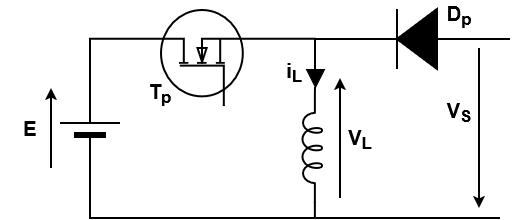
The draw.io diagram Cours/Images/Buck_Boost.png in alexismartin46/Cours_Electronique_de_Puissance_FISE2, before a commit. Source tidied: cells renumbered, new cells last; positions are measured from the earlier drawing's top-left corner, leaving out a move shared by most shapes. The source it was exported from:
```xml
<mxGraphModel>
  <root>
    <mxCell id="0" />
    <mxCell id="1" parent="0" />
    <mxCell id="2" style="endArrow=none;html=1;rounded=0;strokeWidth=2;" parent="1" edge="1">
      <mxGeometry relative="1" as="geometry">
        <mxPoint x="316" y="218" as="sourcePoint" />
        <mxPoint x="500" y="218" as="targetPoint" />
      </mxGeometry>
    </mxCell>
    <mxCell id="3" value="&lt;b&gt;V&lt;sub&gt;S&lt;/sub&gt;&lt;/b&gt;" style="text;html=1;whiteSpace=wrap;strokeColor=none;fillColor=none;align=center;verticalAlign=middle;rounded=0;fontSize=20;" parent="1" vertex="1">
      <mxGeometry x="429" y="97" width="60" height="30" as="geometry" />
    </mxCell>
    <mxCell id="4" style="endArrow=classic;html=1;rounded=0;strokeWidth=2;" parent="1" edge="1">
      <mxGeometry relative="1" as="geometry">
        <mxPoint x="479" y="48" as="sourcePoint" />
        <mxPoint x="479" y="208" as="targetPoint" />
      </mxGeometry>
    </mxCell>
    <mxCell id="5" value="&lt;b&gt;V&lt;sub&gt;L&lt;/sub&gt;&lt;/b&gt;" style="text;html=1;whiteSpace=wrap;strokeColor=none;fillColor=none;align=center;verticalAlign=middle;rounded=0;fontSize=20;" parent="1" vertex="1">
      <mxGeometry x="330" y="124" width="60" height="30" as="geometry" />
    </mxCell>
    <mxCell id="6" style="endArrow=classic;html=1;rounded=0;strokeWidth=2;" parent="1" edge="1">
      <mxGeometry relative="1" as="geometry">
        <mxPoint x="340" y="198" as="sourcePoint" />
        <mxPoint x="340" y="78" as="targetPoint" />
      </mxGeometry>
    </mxCell>
    <mxCell id="7" value="&lt;font&gt;&lt;b&gt;E&lt;/b&gt;&lt;/font&gt;" style="text;html=1;whiteSpace=wrap;strokeColor=none;fillColor=none;align=center;verticalAlign=middle;rounded=0;fontSize=20;" parent="1" vertex="1">
      <mxGeometry y="113" width="60" height="30" as="geometry" />
    </mxCell>
    <mxCell id="8" style="endArrow=classic;html=1;rounded=0;strokeWidth=2;" parent="1" edge="1">
      <mxGeometry relative="1" as="geometry">
        <mxPoint x="51" y="168" as="sourcePoint" />
        <mxPoint x="51" y="88" as="targetPoint" />
      </mxGeometry>
    </mxCell>
    <mxCell id="9" value="&lt;b&gt;T&lt;sub&gt;p&lt;/sub&gt;&lt;/b&gt;" style="text;html=1;whiteSpace=wrap;strokeColor=none;fillColor=none;align=center;verticalAlign=middle;rounded=0;fontSize=20;" parent="1" vertex="1">
      <mxGeometry x="130" y="78" width="60" height="30" as="geometry" />
    </mxCell>
    <mxCell id="10" value="&lt;b&gt;D&lt;sub&gt;p&lt;/sub&gt;&lt;/b&gt;" style="text;html=1;whiteSpace=wrap;strokeColor=none;fillColor=none;align=center;verticalAlign=middle;rounded=0;fontSize=20;" parent="1" vertex="1">
      <mxGeometry x="429" width="60" height="30" as="geometry" />
    </mxCell>
    <mxCell id="11" style="edgeStyle=orthogonalEdgeStyle;rounded=0;jettySize=auto;html=1;exitX=0.7;exitY=1;exitDx=0;exitDy=0;exitPerimeter=0;entryX=0;entryY=0.5;entryDx=0;entryDy=0;strokeWidth=2;endArrow=none;endFill=0;" parent="1" edge="1" source="12" target="19">
      <mxGeometry relative="1" as="geometry" />
    </mxCell>
    <mxCell id="12" style="verticalLabelPosition=bottom;shadow=0;dashed=0;align=center;html=1;verticalAlign=top;shape=mxgraph.electrical.mosfets1.mosfet_ic_n;fillColor=none;strokeWidth=2;rotation=-90;" parent="1" vertex="1">
      <mxGeometry x="154" y="8" width="96" height="100" as="geometry" />
    </mxCell>
    <mxCell id="13" style="edgeStyle=orthogonalEdgeStyle;rounded=0;jettySize=auto;html=1;exitX=1;exitY=0.5;exitDx=0;exitDy=0;exitPerimeter=0;entryX=0;entryY=0.5;entryDx=0;entryDy=0;endArrow=none;endFill=0;strokeWidth=2;" parent="1" edge="1" source="14" target="19">
      <mxGeometry relative="1" as="geometry" />
    </mxCell>
    <mxCell id="14" style="fillColor=strokeColor;verticalLabelPosition=bottom;shadow=0;dashed=0;align=center;html=1;verticalAlign=top;shape=mxgraph.electrical.diodes.diode;rotation=-180;strokeWidth=2;" parent="1" vertex="1">
      <mxGeometry x="367" y="9" width="100" height="60" as="geometry" />
    </mxCell>
    <mxCell id="15" style="edgeStyle=orthogonalEdgeStyle;rounded=0;jettySize=auto;html=1;exitX=1;exitY=0.645;exitDx=0;exitDy=0;exitPerimeter=0;entryX=1;entryY=0.5;entryDx=0;entryDy=0;strokeWidth=2;endArrow=none;endFill=0;" parent="1" edge="1" source="16" target="19">
      <mxGeometry relative="1" as="geometry" />
    </mxCell>
    <mxCell id="16" style="verticalLabelPosition=bottom;shadow=0;dashed=0;align=center;html=1;verticalAlign=top;shape=mxgraph.electrical.inductors.inductor_5;strokeWidth=2;rotation=-90;" parent="1" vertex="1">
      <mxGeometry x="257" y="138" width="110" height="20" as="geometry" />
    </mxCell>
    <mxCell id="17" style="edgeStyle=orthogonalEdgeStyle;rounded=0;jettySize=auto;html=1;exitX=1;exitY=0.5;exitDx=0;exitDy=0;exitPerimeter=0;entryX=0.7;entryY=0;entryDx=0;entryDy=0;endArrow=none;endFill=0;strokeWidth=2;entryPerimeter=0;" parent="1" edge="1" source="18" target="12">
      <mxGeometry relative="1" as="geometry" />
    </mxCell>
    <mxCell id="18" style="verticalLabelPosition=bottom;shadow=0;dashed=0;align=center;fillColor=strokeColor;html=1;verticalAlign=top;strokeWidth=2;shape=mxgraph.electrical.miscellaneous.monocell_battery;rotation=-90;" parent="1" vertex="1">
      <mxGeometry x="40" y="98" width="100" height="60" as="geometry" />
    </mxCell>
    <mxCell id="19" style="triangle;whiteSpace=wrap;html=1;fillColor=#000000;rotation=90;" parent="1" vertex="1">
      <mxGeometry x="306" y="69" width="18" height="18" as="geometry" />
    </mxCell>
    <mxCell id="20" style="edgeStyle=orthogonalEdgeStyle;rounded=0;jettySize=auto;html=1;exitX=0;exitY=0.645;exitDx=0;exitDy=0;exitPerimeter=0;entryX=0;entryY=0.5;entryDx=0;entryDy=0;entryPerimeter=0;strokeWidth=2;endArrow=none;endFill=0;" parent="1" edge="1" source="16" target="18">
      <mxGeometry relative="1" as="geometry">
        <Array as="points">
          <mxPoint x="315" y="218" />
          <mxPoint x="90" y="218" />
        </Array>
      </mxGeometry>
    </mxCell>
    <mxCell id="21" style="endArrow=none;html=1;rounded=0;strokeWidth=2;exitX=0;exitY=0.5;exitDx=0;exitDy=0;exitPerimeter=0;" parent="1" edge="1" source="14">
      <mxGeometry relative="1" as="geometry">
        <mxPoint x="510" y="39" as="targetPoint" />
      </mxGeometry>
    </mxCell>
    <mxCell id="22" value="&lt;font&gt;&lt;b&gt;i&lt;sub&gt;L&lt;/sub&gt;&lt;/b&gt;&lt;/font&gt;" style="text;html=1;whiteSpace=wrap;strokeColor=none;fillColor=none;align=center;verticalAlign=middle;rounded=0;fontSize=20;" parent="1" vertex="1">
      <mxGeometry x="264" y="57" width="60" height="30" as="geometry" />
    </mxCell>
  </root>
</mxGraphModel>
```
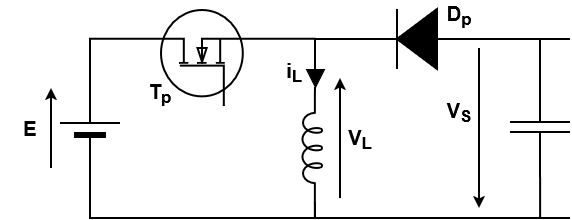
After the change.

The edit, as a diff of the source:
```diff
@@ -5,7 +5,7 @@
     <mxCell id="2" style="endArrow=none;html=1;rounded=0;strokeWidth=2;" parent="1" edge="1">
       <mxGeometry relative="1" as="geometry">
         <mxPoint x="316" y="218" as="sourcePoint" />
-        <mxPoint x="500" y="218" as="targetPoint" />
+        <mxPoint x="570" y="218" as="targetPoint" />
       </mxGeometry>
     </mxCell>
     <mxCell id="3" value="&lt;b&gt;V&lt;sub&gt;S&lt;/sub&gt;&lt;/b&gt;" style="text;html=1;whiteSpace=wrap;strokeColor=none;fillColor=none;align=center;verticalAlign=middle;rounded=0;fontSize=20;" parent="1" vertex="1">
@@ -78,11 +78,25 @@
     </mxCell>
     <mxCell id="21" style="endArrow=none;html=1;rounded=0;strokeWidth=2;exitX=0;exitY=0.5;exitDx=0;exitDy=0;exitPerimeter=0;" parent="1" edge="1" source="14">
       <mxGeometry relative="1" as="geometry">
-        <mxPoint x="510" y="39" as="targetPoint" />
+        <mxPoint x="570" y="39" as="targetPoint" />
       </mxGeometry>
     </mxCell>
     <mxCell id="22" value="&lt;font&gt;&lt;b&gt;i&lt;sub&gt;L&lt;/sub&gt;&lt;/b&gt;&lt;/font&gt;" style="text;html=1;whiteSpace=wrap;strokeColor=none;fillColor=none;align=center;verticalAlign=middle;rounded=0;fontSize=20;" parent="1" vertex="1">
       <mxGeometry x="264" y="57" width="60" height="30" as="geometry" />
     </mxCell>
+    <mxCell id="23" style="verticalLabelPosition=bottom;shadow=0;dashed=0;align=center;html=1;verticalAlign=top;shape=mxgraph.electrical.capacitors.capacitor_1;rotation=90;strokeWidth=2;" parent="1" vertex="1">
+      <mxGeometry x="490" y="97" width="100" height="60" as="geometry" />
+    </mxCell>
+    <mxCell id="24" style="edgeStyle=orthogonalEdgeStyle;rounded=0;jettySize=auto;html=1;exitX=1;exitY=0.5;exitDx=0;exitDy=0;exitPerimeter=0;entryX=0;entryY=0.6446;entryDx=0;entryDy=0;entryPerimeter=0;endArrow=none;endFill=0;strokeWidth=2;" parent="1" edge="1" source="23" target="16">
+      <mxGeometry relative="1" as="geometry">
+        <Array as="points">
+          <mxPoint x="540" y="218" />
+          <mxPoint x="315" y="218" />
+        </Array>
+      </mxGeometry>
+    </mxCell>
+    <mxCell id="25" style="edgeStyle=orthogonalEdgeStyle;rounded=0;jettySize=auto;html=1;exitX=0;exitY=0.5;exitDx=0;exitDy=0;exitPerimeter=0;entryX=0;entryY=0.5;entryDx=0;entryDy=0;entryPerimeter=0;strokeWidth=2;endArrow=none;endFill=0;" parent="1" edge="1" source="23" target="14">
+      <mxGeometry relative="1" as="geometry" />
+    </mxCell>
   </root>
 </mxGraphModel>
```
